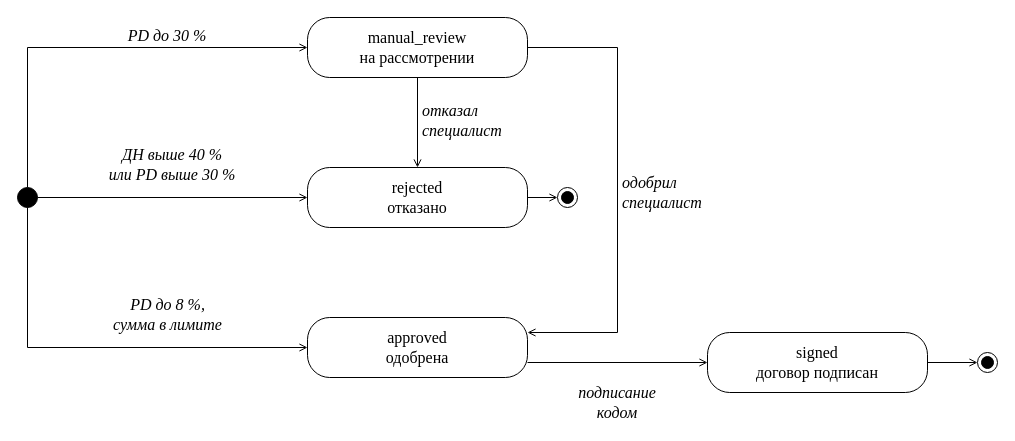
The draw.io diagram page "Состояния заявки на кредит" (4 of 6) of docs/diagrams/views.drawio in vladmeshkov/js-course-work, before the edit. Source tidied: cells renumbered, new cells numbered last; positions are measured from the earlier drawing's top-left corner, leaving out a move shared by most shapes. Both pictures are drawn from the tidied source at 100%, with x=0, y=0 at pixel (17, 17).
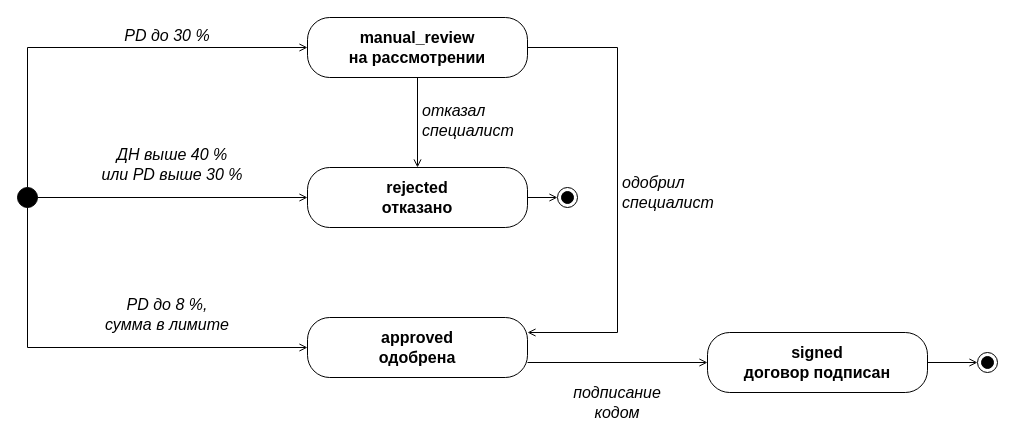
Above is the later version.

The edit, as a diff of the source:
```diff
@@
-    <mxCell id="3" value="manual_review&lt;br&gt;на рассмотрении" style="html=1;whiteSpace=wrap;fontFamily=Times New Roman;fontSize=16;rounded=1;arcSize=37;fillColor=#fff;strokeColor=#000;" parent="1" vertex="1">
+    <mxCell id="3" value="manual_review&lt;br&gt;на рассмотрении" style="html=1;whiteSpace=wrap;fontFamily=Arial;fontSize=16;rounded=1;arcSize=37;fillColor=#fff;strokeColor=#000;fontStyle=1;" parent="1" vertex="1">
       <mxGeometry x="290" width="220" height="60" as="geometry" />
     </mxCell>
-    <mxCell id="4" value="rejected&lt;br&gt;отказано" style="html=1;whiteSpace=wrap;fontFamily=Times New Roman;fontSize=16;rounded=1;arcSize=37;fillColor=#fff;strokeColor=#000;" parent="1" vertex="1">
+    <mxCell id="4" value="rejected&lt;br&gt;отказано" style="html=1;whiteSpace=wrap;fontFamily=Arial;fontSize=16;rounded=1;arcSize=37;fillColor=#fff;strokeColor=#000;fontStyle=1;" parent="1" vertex="1">
       <mxGeometry x="290" y="150" width="220" height="60" as="geometry" />
     </mxCell>
-    <mxCell id="5" value="approved&lt;br&gt;одобрена" style="html=1;whiteSpace=wrap;fontFamily=Times New Roman;fontSize=16;rounded=1;arcSize=37;fillColor=#fff;strokeColor=#000;" parent="1" vertex="1">
+    <mxCell id="5" value="approved&lt;br&gt;одобрена" style="html=1;whiteSpace=wrap;fontFamily=Arial;fontSize=16;rounded=1;arcSize=37;fillColor=#fff;strokeColor=#000;fontStyle=1;" parent="1" vertex="1">
       <mxGeometry x="290" y="300" width="220" height="60" as="geometry" />
     </mxCell>
-    <mxCell id="6" value="signed&lt;br&gt;договор подписан" style="html=1;whiteSpace=wrap;fontFamily=Times New Roman;fontSize=16;rounded=1;arcSize=37;fillColor=#fff;strokeColor=#000;" parent="1" vertex="1">
+    <mxCell id="6" value="signed&lt;br&gt;договор подписан" style="html=1;whiteSpace=wrap;fontFamily=Arial;fontSize=16;rounded=1;arcSize=37;fillColor=#fff;strokeColor=#000;fontStyle=1;" parent="1" vertex="1">
       <mxGeometry x="690" y="315" width="220" height="60" as="geometry" />
     </mxCell>
@@
-    <mxCell id="10" value="PD до 30 %" style="html=1;whiteSpace=wrap;fontFamily=Times New Roman;fontSize=16;text;fillColor=#FFFFFF;strokeColor=none;spacing=0;align=center;verticalAlign=middle;fontStyle=2;" parent="1" vertex="1">
-      <mxGeometry x="103" y="6" width="94" height="23" as="geometry" />
+    <mxCell id="10" value="PD до 30 %" style="html=1;whiteSpace=wrap;fontFamily=Arial;fontSize=16;text;fillColor=#FFFFFF;strokeColor=none;spacing=0;align=center;verticalAlign=middle;fontStyle=2;" parent="1" vertex="1">
+      <mxGeometry x="99" y="6" width="102" height="23" as="geometry" />
     </mxCell>
@@
-    <mxCell id="12" value="ДН выше 40 %&lt;br&gt;или PD выше 30 %" style="html=1;whiteSpace=wrap;fontFamily=Times New Roman;fontSize=16;text;fillColor=#FFFFFF;strokeColor=none;spacing=0;align=center;verticalAlign=middle;fontStyle=2;" parent="1" vertex="1">
-      <mxGeometry x="83" y="126" width="144" height="42" as="geometry" />
+    <mxCell id="12" value="ДН выше 40 %&lt;br&gt;или PD выше 30 %" style="html=1;whiteSpace=wrap;fontFamily=Arial;fontSize=16;text;fillColor=#FFFFFF;strokeColor=none;spacing=0;align=center;verticalAlign=middle;fontStyle=2;" parent="1" vertex="1">
+      <mxGeometry x="77" y="126" width="156" height="42" as="geometry" />
     </mxCell>
@@
-    <mxCell id="14" value="PD до 8 %,&lt;br&gt;сумма в лимите" style="html=1;whiteSpace=wrap;fontFamily=Times New Roman;fontSize=16;text;fillColor=#FFFFFF;strokeColor=none;spacing=0;align=center;verticalAlign=middle;fontStyle=2;" parent="1" vertex="1">
-      <mxGeometry x="87" y="276" width="127" height="42" as="geometry" />
+    <mxCell id="14" value="PD до 8 %,&lt;br&gt;сумма в лимите" style="html=1;whiteSpace=wrap;fontFamily=Arial;fontSize=16;text;fillColor=#FFFFFF;strokeColor=none;spacing=0;align=center;verticalAlign=middle;fontStyle=2;" parent="1" vertex="1">
+      <mxGeometry x="81" y="276" width="138" height="42" as="geometry" />
     </mxCell>
@@
-    <mxCell id="16" value="отказал&lt;br&gt;специалист" style="html=1;whiteSpace=wrap;fontFamily=Times New Roman;fontSize=16;text;fillColor=#FFFFFF;strokeColor=none;spacing=0;align=left;verticalAlign=middle;fontStyle=2;" parent="1" vertex="1">
-      <mxGeometry x="405" y="82" width="94" height="42" as="geometry" />
+    <mxCell id="16" value="отказал&lt;br&gt;специалист" style="html=1;whiteSpace=wrap;fontFamily=Arial;fontSize=16;text;fillColor=#FFFFFF;strokeColor=none;spacing=0;align=left;verticalAlign=middle;fontStyle=2;" parent="1" vertex="1">
+      <mxGeometry x="405" y="82" width="102" height="42" as="geometry" />
     </mxCell>
@@
-    <mxCell id="18" value="одобрил&lt;br&gt;специалист" style="html=1;whiteSpace=wrap;fontFamily=Times New Roman;fontSize=16;text;fillColor=#FFFFFF;strokeColor=none;spacing=0;align=left;verticalAlign=middle;fontStyle=2;" parent="1" vertex="1">
-      <mxGeometry x="605" y="154" width="94" height="42" as="geometry" />
+    <mxCell id="18" value="одобрил&lt;br&gt;специалист" style="html=1;whiteSpace=wrap;fontFamily=Arial;fontSize=16;text;fillColor=#FFFFFF;strokeColor=none;spacing=0;align=left;verticalAlign=middle;fontStyle=2;" parent="1" vertex="1">
+      <mxGeometry x="605" y="154" width="102" height="42" as="geometry" />
     </mxCell>
@@
-    <mxCell id="20" value="подписание&lt;br&gt;кодом" style="html=1;whiteSpace=wrap;fontFamily=Times New Roman;fontSize=16;text;fillColor=#FFFFFF;strokeColor=none;spacing=0;align=center;verticalAlign=middle;fontStyle=2;" parent="1" vertex="1">
-      <mxGeometry x="553" y="364" width="94" height="42" as="geometry" />
+    <mxCell id="20" value="подписание&lt;br&gt;кодом" style="html=1;whiteSpace=wrap;fontFamily=Arial;fontSize=16;text;fillColor=#FFFFFF;strokeColor=none;spacing=0;align=center;verticalAlign=middle;fontStyle=2;" parent="1" vertex="1">
+      <mxGeometry x="549" y="364" width="102" height="42" as="geometry" />
     </mxCell>
```
